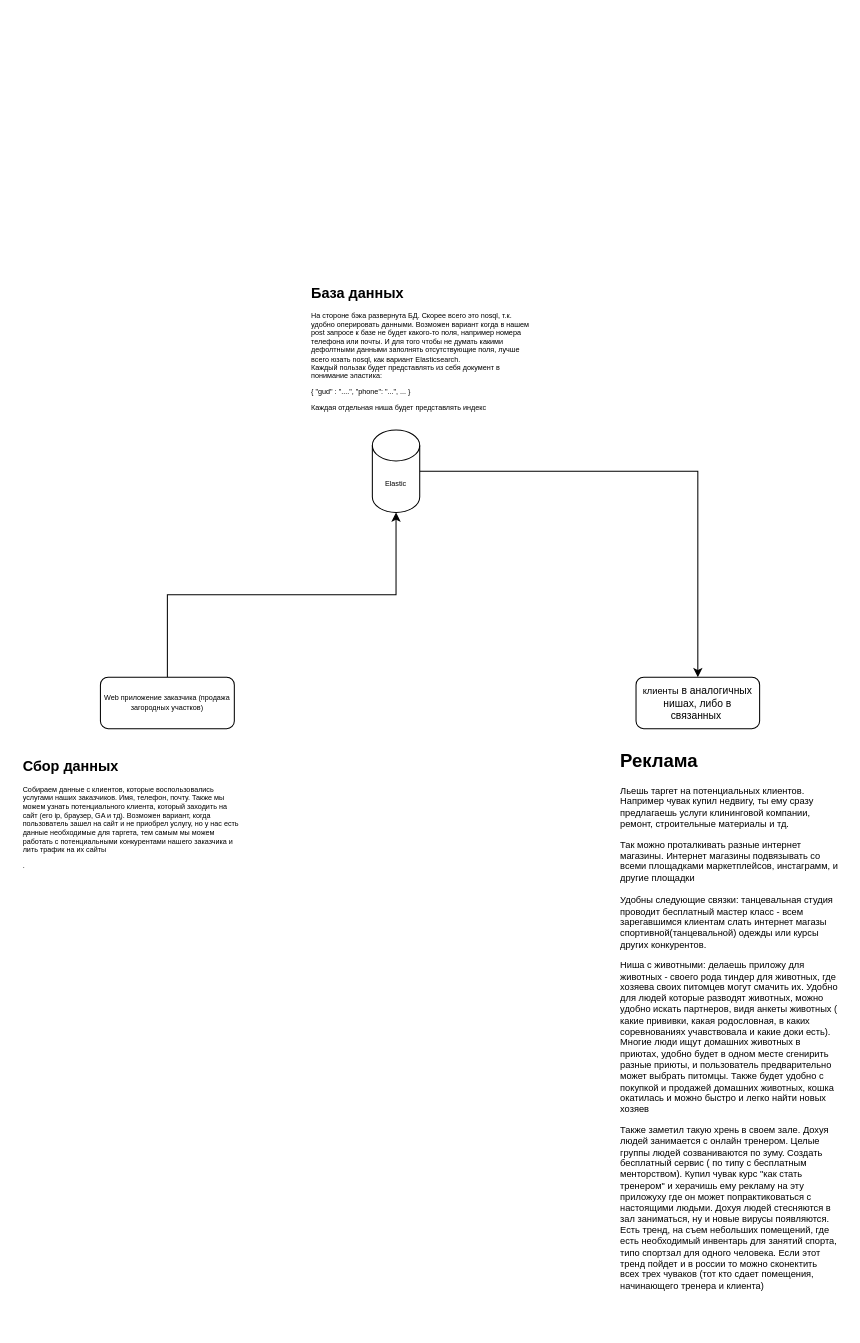
This is Диаграмма без названия.drawio from trishinanton/onpoint, a draw.io file, before an edit. Source tidied: cells renumbered, new cells numbered last; positions are measured from the earlier drawing's top-left corner, leaving out a move shared by most shapes. Both pictures are drawn from the tidied source at 103%, with x=0, y=0 at pixel (18, 285).
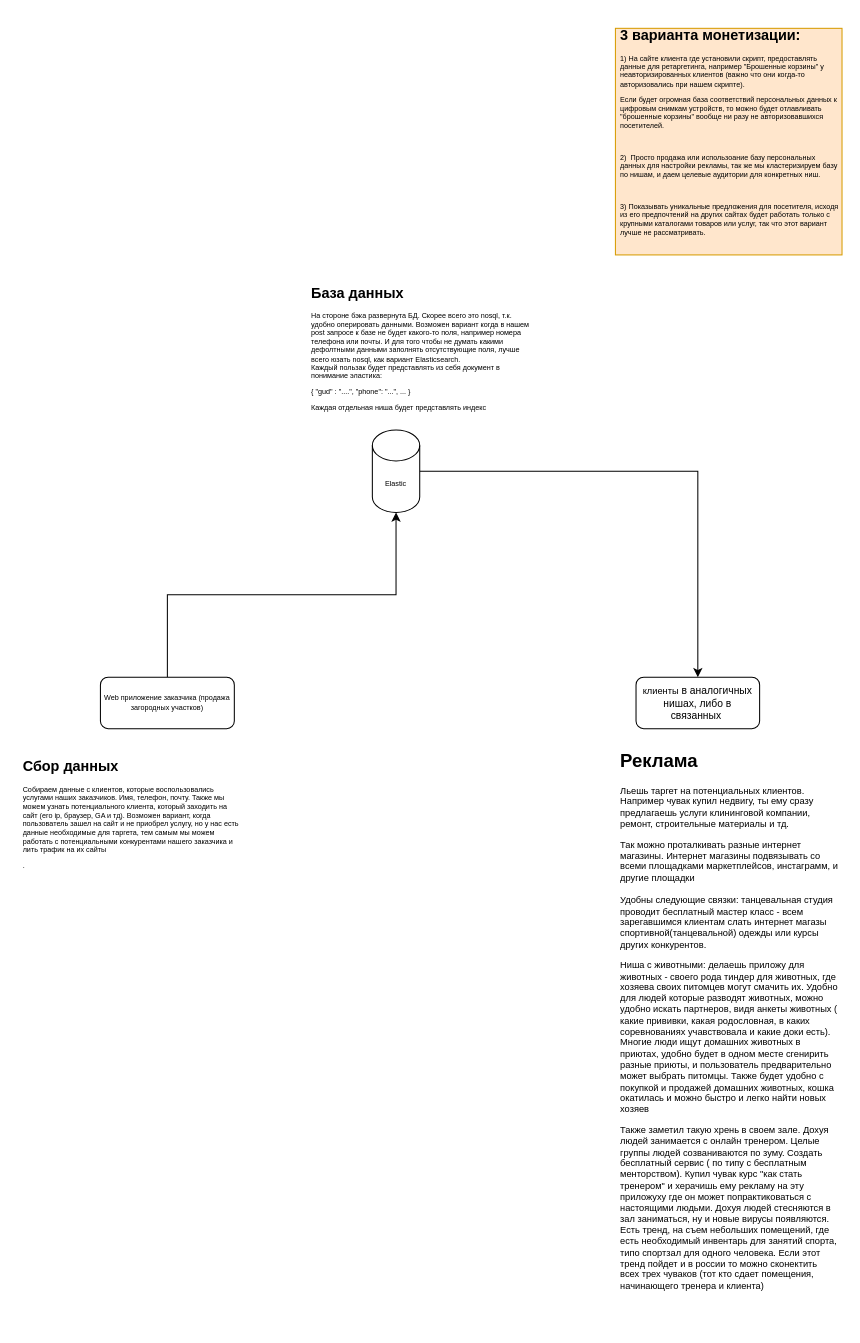
After the change.

Change to the diagram source:
```diff
@@
 <mxGraphModel>
   <root>
     <mxCell id="0" />
     <mxCell id="1" parent="0" />
     <mxCell id="2" style="edgeStyle=orthogonalEdgeStyle;rounded=0;jettySize=auto;html=1;exitX=0.5;exitY=0;exitDx=0;exitDy=0;fontSize=5;entryX=0.5;entryY=1;entryDx=0;entryDy=0;entryPerimeter=0;" parent="1" edge="1" source="3" target="6">
       <mxGeometry relative="1" as="geometry" />
     </mxCell>
     <mxCell id="3" value="Web приложение заказчика (продажа загородных участков)" style="rounded=1;whiteSpace=wrap;html=1;fontSize=7;glass=0;strokeWidth=1;shadow=0;" parent="1" vertex="1">
       <mxGeometry x="80" y="380" width="130" height="50" as="geometry" />
     </mxCell>
     <mxCell id="4" value="&lt;h1&gt;Сбор данных&lt;/h1&gt;&lt;span style=&quot;text-align: center;&quot;&gt;Собираем данные с клиентов, которые воспользовались услугами наших заказчиков. Имя, телефон, почту. Также мы можем узнать потенциального клиента, который заходить на сайт (его ip, браузер, GA и тд). Возможен вариант, когда пользователь зашел на сайт и не приобрел услугу, но у нас есть данные необходимые для таргета, тем самым мы можем работать с потенциальными конкурентами нашего заказчика и лить трафик на их сайты&amp;nbsp;&lt;br&gt;&lt;/span&gt;&lt;p&gt;.&lt;/p&gt;" style="text;html=1;strokeColor=none;fillColor=none;spacing=5;spacingTop=-20;whiteSpace=wrap;overflow=hidden;rounded=0;fontSize=7;" parent="1" vertex="1">
       <mxGeometry y="460" width="220" height="140" as="geometry" />
     </mxCell>
     <mxCell id="5" style="edgeStyle=orthogonalEdgeStyle;rounded=0;jettySize=auto;html=1;exitX=1;exitY=0.5;exitDx=0;exitDy=0;exitPerimeter=0;entryX=0.5;entryY=0;entryDx=0;entryDy=0;fontSize=9;" parent="1" edge="1" source="6" target="8">
       <mxGeometry relative="1" as="geometry" />
     </mxCell>
     <mxCell id="6" value="Elastic" style="shape=cylinder3;whiteSpace=wrap;html=1;boundedLbl=1;backgroundOutline=1;size=15;fontSize=7;" parent="1" vertex="1">
       <mxGeometry x="344" y="140" width="46" height="80" as="geometry" />
     </mxCell>
     <mxCell id="7" value="&lt;h1&gt;База данных&lt;/h1&gt;&lt;p&gt;На стороне бэка развернута БД. Скорее всего это nosql, т.к. удобно оперировать данными. Возможен вариант когда в нашем post запросе к базе не будет какого-то поля, например номера телефона или почты. И для того чтобы не думать какими дефолтными данными заполнять отсутствующие поля, лучше всего юзать nosql, как вариант Elasticsearch.&lt;br&gt;Каждый пользак будет представлять из себя документ в понимание эластика:&lt;/p&gt;&lt;p&gt;{ &quot;gud&quot; : &quot;....&quot;, &quot;phone&quot;: &quot;...&quot;, ... }&lt;/p&gt;&lt;p&gt;Каждая отдельная ниша будет представлять индекс&lt;/p&gt;&lt;br&gt;&lt;p&gt;&lt;span style=&quot;background-color: initial;&quot;&gt;&amp;nbsp;&lt;/span&gt;&lt;/p&gt;&lt;p&gt;&amp;nbsp;&lt;br&gt;&lt;br&gt;&lt;/p&gt;" style="text;html=1;strokeColor=none;fillColor=none;spacing=5;spacingTop=-20;whiteSpace=wrap;overflow=hidden;rounded=0;fontSize=7;" parent="1" vertex="1">
       <mxGeometry x="280" width="220" height="140" as="geometry" />
     </mxCell>
     <mxCell id="8" value="&lt;font style=&quot;&quot;&gt;&lt;font style=&quot;&quot;&gt;&lt;span style=&quot;font-size: 9px;&quot;&gt;клиенты&lt;/span&gt;&lt;font size=&quot;1&quot;&gt;&amp;nbsp;в аналогичных нишах, либо в связанных&amp;nbsp;&lt;/font&gt;&lt;br&gt;&lt;/font&gt;&lt;/font&gt;" style="rounded=1;whiteSpace=wrap;html=1;fontSize=5;" parent="1" vertex="1">
       <mxGeometry x="600" y="380" width="120" height="50" as="geometry" />
     </mxCell>
     <mxCell id="9" value="&lt;h1&gt;Реклама&lt;/h1&gt;&lt;p&gt;Льешь таргет на потенциальных клиентов. Например чувак купил недвигу, ты ему сразу предлагаешь услуги клининговой компании, ремонт, строительные материалы и тд.&lt;/p&gt;&lt;p&gt;Так можно проталкивать разные интернет магазины. Интернет магазины подвязывать со всеми площадками маркетплейсов, инстаграмм, и другие площадки&lt;br&gt;&lt;br&gt;Удобны следующие связки: танцевальная студия проводит бесплатный мастер класс - всем зарегавшимся клиентам слать интернет магазы спортивной(танцевальной) одежды или курсы других конкурентов.&lt;/p&gt;&lt;p&gt;Ниша с животными: делаешь приложу для животных - своего рода тиндер для животных, где хозяева своих питомцев могут смачить их. Удобно для людей которые разводят животных, можно удобно искать партнеров, видя анкеты животных ( какие прививки, какая родословная, в каких соревнованиях учавствовала и какие доки есть). Многие люди ищут домашних животных в приютах, удобно будет в одном месте сгенирить разные приюты, и пользователь предварительно может выбрать питомцы. Также будет удобно с покупкой и продажей домашних животных, кошка окатилась и можно быстро и легко найти новых хозяев&lt;/p&gt;&lt;p&gt;Также заметил такую хрень в своем зале. Дохуя людей занимается с онлайн тренером. Целые группы людей созваниваются по зуму. Создать бесплатный сервис ( по типу с бесплатным менторством). Купил чувак курс &quot;как стать тренером&quot; и херачишь ему рекламу на эту приложуху где он может попрактиковаться с настоящими людьми. Дохуя людей стесняются в зал заниматься, ну и новые вирусы появляются. Есть тренд, на съем небольших помещений, где есть необходимый инвентарь для занятий спорта, типо спортзал для одного человека. Если этот тренд пойдет и в россии то можно сконектить всех трех чуваков (тот кто сдает помещения, начинающего тренера и клиента)&lt;/p&gt;" style="text;html=1;strokeColor=none;fillColor=none;spacing=5;spacingTop=-20;whiteSpace=wrap;overflow=hidden;rounded=0;fontSize=9;" parent="1" vertex="1">
       <mxGeometry x="580" y="450" width="220" height="560" as="geometry" />
     </mxCell>
+    <mxCell id="10" value="&lt;h1&gt;3 варианта монетизации:&lt;/h1&gt;&lt;p&gt;1) На сайте клиента где установили скрипт, предоставлять данные для ретаргетинга, например &quot;Брошенные корзины&quot; у неавторизированных клиентов (важно что они когда-то авторизовались при нашем скрипте).&amp;nbsp;&amp;nbsp;&lt;/p&gt;&lt;p&gt;Если будет огромная база соответствий персональных данных к цифровым снимкам устройств, то можно будет отлавливать &quot;брошенные корзины&quot; вообще ни разу не авторизовавшихся посетителей.&lt;/p&gt;&lt;p&gt;&lt;br&gt;&lt;/p&gt;&lt;p&gt;2)&amp;nbsp; Просто продажа или использоание базу персональных данных для настройки рекламы, так же мы кластеризируем базу по нишам, и даем целевые аудитории для конкретных ниш.&amp;nbsp;&lt;/p&gt;&lt;p&gt;&lt;br&gt;&lt;/p&gt;&lt;p&gt;3) Показывать уникальные предложения для посетителя, исходя из его предпочтений на других сайтах будет работать только с крупными каталогами товаров или услуг, так что этот вариант лучше не рассматривать.&lt;/p&gt;&lt;br&gt;&lt;p&gt;&lt;span style=&quot;background-color: initial;&quot;&gt;&amp;nbsp;&lt;/span&gt;&lt;/p&gt;&lt;p&gt;&amp;nbsp;&lt;br&gt;&lt;br&gt;&lt;/p&gt;" style="text;html=1;strokeColor=#d79b00;fillColor=#ffe6cc;spacing=5;spacingTop=-20;whiteSpace=wrap;overflow=hidden;rounded=0;fontSize=7;" parent="1" vertex="1">
+      <mxGeometry x="580" y="-250" width="220" height="220" as="geometry" />
+    </mxCell>
   </root>
 </mxGraphModel>
```
